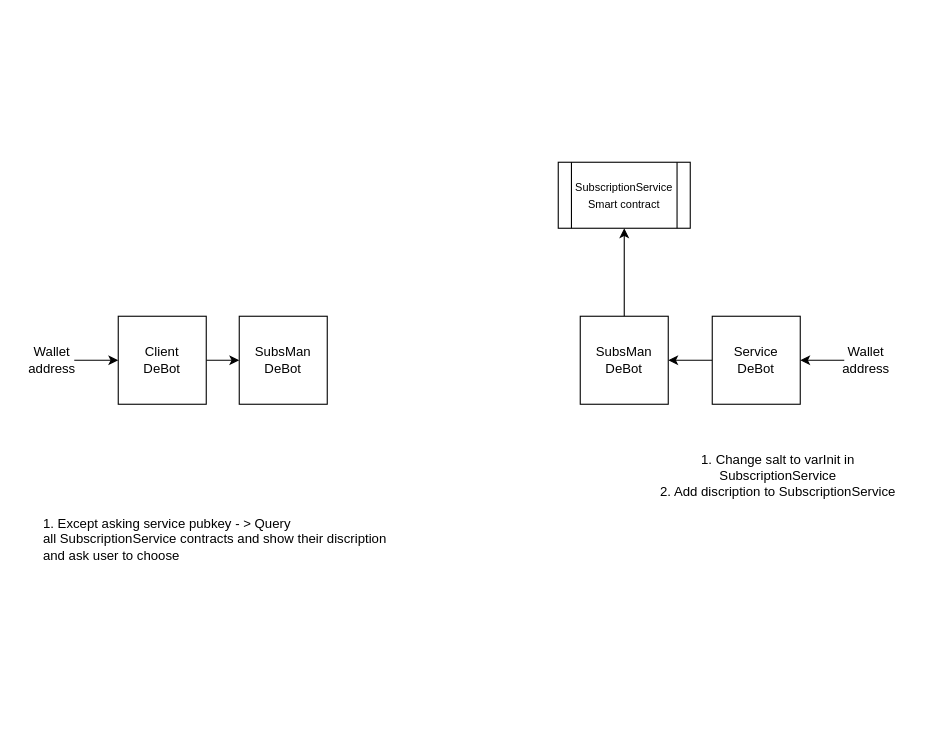
SkySonR/draw.io keeps this draw.io diagram as SubscriptionManager.drawio. Above is the earlier version. Source tidied: cells renumbered, new cells numbered last; positions are measured from the earlier drawing's top-left corner, leaving out a move shared by most shapes. Both pictures are drawn from the tidied source at 110%, with x=0, y=0 at pixel (30, 162).
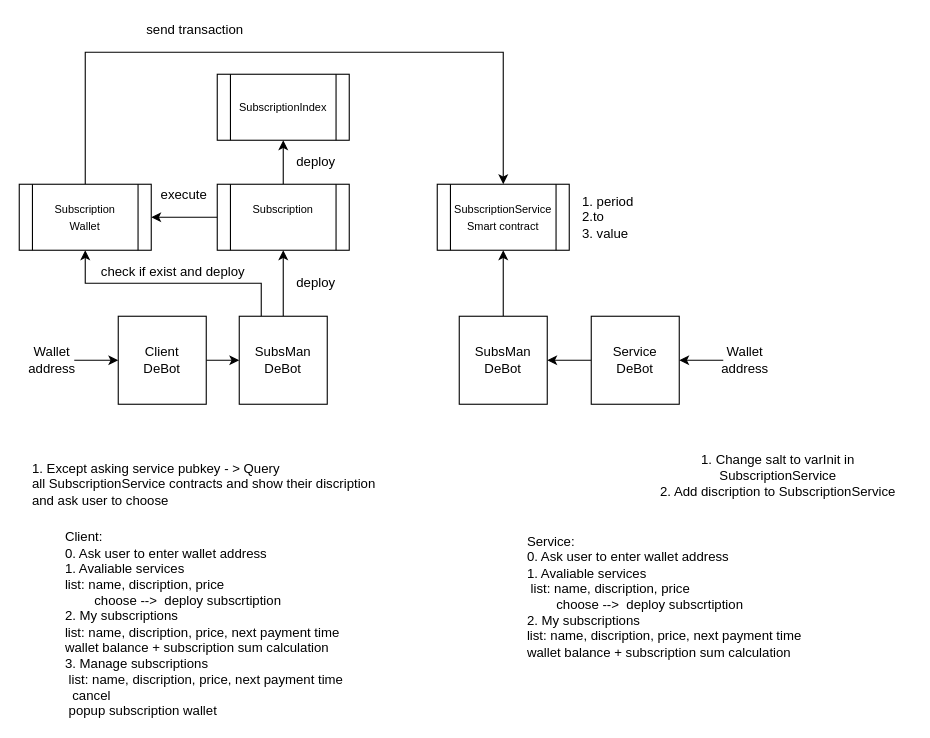
The same diagram, later.

The change refers to these unchanged cells:
```xml
<mxCell id="6" value="SubsMan&lt;br&gt;DeBot" style="whiteSpace=wrap;html=1;" parent="1" vertex="1">
  <mxGeometry x="190" y="140" width="80" height="80" as="geometry" />
</mxCell>
```

Diff of the diagram source:
```diff
@@
     <mxCell id="5" value="Service&lt;br&gt;DeBot" style="whiteSpace=wrap;html=1;" parent="1" vertex="1">
-      <mxGeometry x="620" y="140" width="80" height="80" as="geometry" />
+      <mxGeometry x="510" y="140" width="80" height="80" as="geometry" />
     </mxCell>
+    <mxCell id="16" style="edgeStyle=orthogonalEdgeStyle;rounded=0;jettySize=auto;html=1;" parent="1" edge="1" source="6">
+      <mxGeometry relative="1" as="geometry">
+        <mxPoint x="230" y="80" as="targetPoint" />
+      </mxGeometry>
+    </mxCell>
+    <mxCell id="17" style="edgeStyle=orthogonalEdgeStyle;rounded=0;jettySize=auto;html=1;entryX=0.5;entryY=1;entryDx=0;entryDy=0;" parent="1" edge="1" source="6" target="23">
+      <mxGeometry relative="1" as="geometry">
+        <Array as="points">
+          <mxPoint x="210" y="110" />
+          <mxPoint x="50" y="110" />
+        </Array>
+      </mxGeometry>
+    </mxCell>
@@
     <mxCell id="8" value="SubsMan&lt;br&gt;DeBot" style="whiteSpace=wrap;html=1;" parent="1" vertex="1">
-      <mxGeometry x="500" y="140" width="80" height="80" as="geometry" />
+      <mxGeometry x="390" y="140" width="80" height="80" as="geometry" />
     </mxCell>
     <mxCell id="9" value="&lt;font style=&quot;font-size: 10px&quot;&gt;SubscriptionService&lt;br&gt;Smart contract&lt;/font&gt;" style="shape=process;whiteSpace=wrap;html=1;backgroundOutline=1;" parent="1" vertex="1">
-      <mxGeometry x="480" width="120" height="60" as="geometry" />
+      <mxGeometry x="370" y="20" width="120" height="60" as="geometry" />
     </mxCell>
     <mxCell id="10" style="edgeStyle=orthogonalEdgeStyle;rounded=0;jettySize=auto;html=1;" parent="1" edge="1" source="11">
       <mxGeometry relative="1" as="geometry">
-        <mxPoint x="700" y="180" as="targetPoint" />
+        <mxPoint x="590" y="180" as="targetPoint" />
         <Array as="points">
-          <mxPoint x="700" y="180" />
+          <mxPoint x="590" y="180" />
         </Array>
       </mxGeometry>
     </mxCell>
     <mxCell id="11" value="Wallet address" style="text;html=1;strokeColor=none;fillColor=none;align=center;verticalAlign=middle;whiteSpace=wrap;rounded=0;" parent="1" vertex="1">
-      <mxGeometry x="740" y="170" width="40" height="20" as="geometry" />
+      <mxGeometry x="630" y="170" width="40" height="20" as="geometry" />
     </mxCell>
@@
     <mxCell id="13" value="1. Except asking service pubkey - &amp;gt; Query all&amp;nbsp;&lt;span style=&quot;text-align: center&quot;&gt;SubscriptionService contracts and show their discription and ask user to choose&lt;/span&gt;&lt;br&gt;&amp;nbsp;&amp;nbsp;" style="text;html=1;strokeColor=none;fillColor=none;align=left;verticalAlign=middle;whiteSpace=wrap;rounded=0;" parent="1" vertex="1">
-      <mxGeometry x="10" y="280" width="330" height="140" as="geometry" />
+      <mxGeometry y="230" width="330" height="140" as="geometry" />
     </mxCell>
@@
+    <mxCell id="18" style="edgeStyle=orthogonalEdgeStyle;rounded=0;jettySize=auto;html=1;" parent="1" edge="1" source="20">
+      <mxGeometry relative="1" as="geometry">
+        <mxPoint x="230" y="-20" as="targetPoint" />
+      </mxGeometry>
+    </mxCell>
+    <mxCell id="19" style="edgeStyle=orthogonalEdgeStyle;rounded=0;jettySize=auto;html=1;entryX=1;entryY=0.5;entryDx=0;entryDy=0;" parent="1" edge="1" source="20" target="23">
+      <mxGeometry relative="1" as="geometry" />
+    </mxCell>
+    <mxCell id="20" value="&lt;font style=&quot;font-size: 10px&quot;&gt;Subscription&lt;br&gt;&lt;br&gt;&lt;/font&gt;" style="shape=process;whiteSpace=wrap;html=1;backgroundOutline=1;" parent="1" vertex="1">
+      <mxGeometry x="170" y="20" width="120" height="60" as="geometry" />
+    </mxCell>
+    <mxCell id="21" value="&lt;font style=&quot;font-size: 10px&quot;&gt;SubscriptionIndex&lt;br&gt;&lt;/font&gt;" style="shape=process;whiteSpace=wrap;html=1;backgroundOutline=1;" parent="1" vertex="1">
+      <mxGeometry x="170" y="-80" width="120" height="60" as="geometry" />
+    </mxCell>
+    <mxCell id="22" style="edgeStyle=orthogonalEdgeStyle;rounded=0;jettySize=auto;html=1;" parent="1" edge="1" source="23" target="9">
+      <mxGeometry relative="1" as="geometry">
+        <Array as="points">
+          <mxPoint x="50" y="-100" />
+          <mxPoint x="430" y="-100" />
+        </Array>
+      </mxGeometry>
+    </mxCell>
+    <mxCell id="23" value="&lt;font style=&quot;font-size: 10px&quot;&gt;Subscription&lt;br&gt;Wallet&lt;br&gt;&lt;/font&gt;" style="shape=process;whiteSpace=wrap;html=1;backgroundOutline=1;" parent="1" vertex="1">
+      <mxGeometry x="-10" y="20" width="120" height="60" as="geometry" />
+    </mxCell>
+    <mxCell id="24" value="1. period&lt;br&gt;2.to&lt;br&gt;3. value" style="text;html=1;strokeColor=none;fillColor=none;align=left;verticalAlign=middle;whiteSpace=wrap;rounded=0;" parent="1" vertex="1">
+      <mxGeometry x="500" y="20" width="120" height="60" as="geometry" />
+    </mxCell>
+    <mxCell id="25" value="execute" style="text;html=1;strokeColor=none;fillColor=none;align=center;verticalAlign=middle;whiteSpace=wrap;rounded=0;" parent="1" vertex="1">
+      <mxGeometry x="120" y="20" width="40" height="20" as="geometry" />
+    </mxCell>
+    <mxCell id="26" value="check if exist and deploy" style="text;html=1;strokeColor=none;fillColor=none;align=center;verticalAlign=middle;whiteSpace=wrap;rounded=0;" parent="1" vertex="1">
+      <mxGeometry x="60" y="90" width="140" height="20" as="geometry" />
+    </mxCell>
+    <mxCell id="27" value="deploy" style="text;html=1;strokeColor=none;fillColor=none;align=center;verticalAlign=middle;whiteSpace=wrap;rounded=0;" parent="1" vertex="1">
+      <mxGeometry x="240" y="100" width="40" height="20" as="geometry" />
+    </mxCell>
+    <mxCell id="28" value="deploy" style="text;html=1;strokeColor=none;fillColor=none;align=center;verticalAlign=middle;whiteSpace=wrap;rounded=0;" parent="1" vertex="1">
+      <mxGeometry x="240" y="-10" width="40" height="20" as="geometry" />
+    </mxCell>
+    <mxCell id="29" value="send transaction" style="text;html=1;strokeColor=none;fillColor=none;align=center;verticalAlign=middle;whiteSpace=wrap;rounded=0;" parent="1" vertex="1">
+      <mxGeometry x="100" y="-130" width="100" height="20" as="geometry" />
+    </mxCell>
+    <mxCell id="30" value="Client:&lt;br&gt;0. Ask user to enter wallet address&lt;br&gt;&lt;div&gt;&lt;span&gt;1. Avaliable services&lt;br&gt;&lt;span&gt; &lt;/span&gt;&lt;span&gt; &lt;/span&gt;&lt;span&gt; &lt;/span&gt;list: name, discription, price&lt;br&gt;&amp;nbsp; &amp;nbsp; &amp;nbsp; &amp;nbsp; choose --&amp;gt;&amp;nbsp; deploy subscrtiption&lt;/span&gt;&lt;/div&gt;&lt;div&gt;&lt;/div&gt;&lt;div&gt;&lt;span&gt;2. My subscriptions&lt;br&gt;&lt;/span&gt;&lt;/div&gt;&lt;span&gt; &lt;/span&gt;&lt;span&gt; &lt;/span&gt;list: name, discription, price, next payment time&lt;span&gt; &lt;/span&gt;&lt;br&gt;&lt;span&gt; &lt;/span&gt;&lt;span&gt; &lt;/span&gt;wallet balance + subscription sum calculation&lt;br&gt;3. Manage subscriptions&lt;br&gt;&lt;span style=&quot;white-space: pre&quot;&gt; &lt;/span&gt;list: name, discription, price, next payment time&lt;br&gt;&lt;span style=&quot;white-space: pre&quot;&gt; &lt;/span&gt;&lt;span style=&quot;white-space: pre&quot;&gt; &lt;/span&gt;cancel&lt;br&gt;&lt;span style=&quot;white-space: pre&quot;&gt; &lt;/span&gt;popup subscription wallet" style="text;html=1;align=left;verticalAlign=middle;strokeColor=none;" parent="1" vertex="1">
+      <mxGeometry x="30" y="335" width="290" height="170" as="geometry" />
+    </mxCell>
+    <mxCell id="31" value="Service:&lt;br&gt;0. Ask user to enter wallet address&lt;br&gt;&lt;div&gt;&lt;span&gt;1. Avaliable services&lt;br&gt;&lt;span&gt; &lt;/span&gt;&lt;span&gt; &lt;/span&gt;&lt;span style=&quot;white-space: pre&quot;&gt; &lt;/span&gt;list: name, discription, price&lt;br&gt;&amp;nbsp; &amp;nbsp; &amp;nbsp; &amp;nbsp; choose --&amp;gt;&amp;nbsp; deploy subscrtiption&lt;/span&gt;&lt;/div&gt;&lt;div&gt;&lt;/div&gt;&lt;div&gt;&lt;span&gt;2. My subscriptions&lt;br&gt;&lt;/span&gt;&lt;/div&gt;&lt;span&gt; &lt;/span&gt;list: name, discription, price, next payment time&lt;br&gt;&lt;span&gt; &lt;/span&gt;wallet balance + subscription sum calculation" style="text;html=1;align=left;verticalAlign=middle;strokeColor=none;" parent="1" vertex="1">
+      <mxGeometry x="450" y="335" width="260" height="120" as="geometry" />
+    </mxCell>
```
